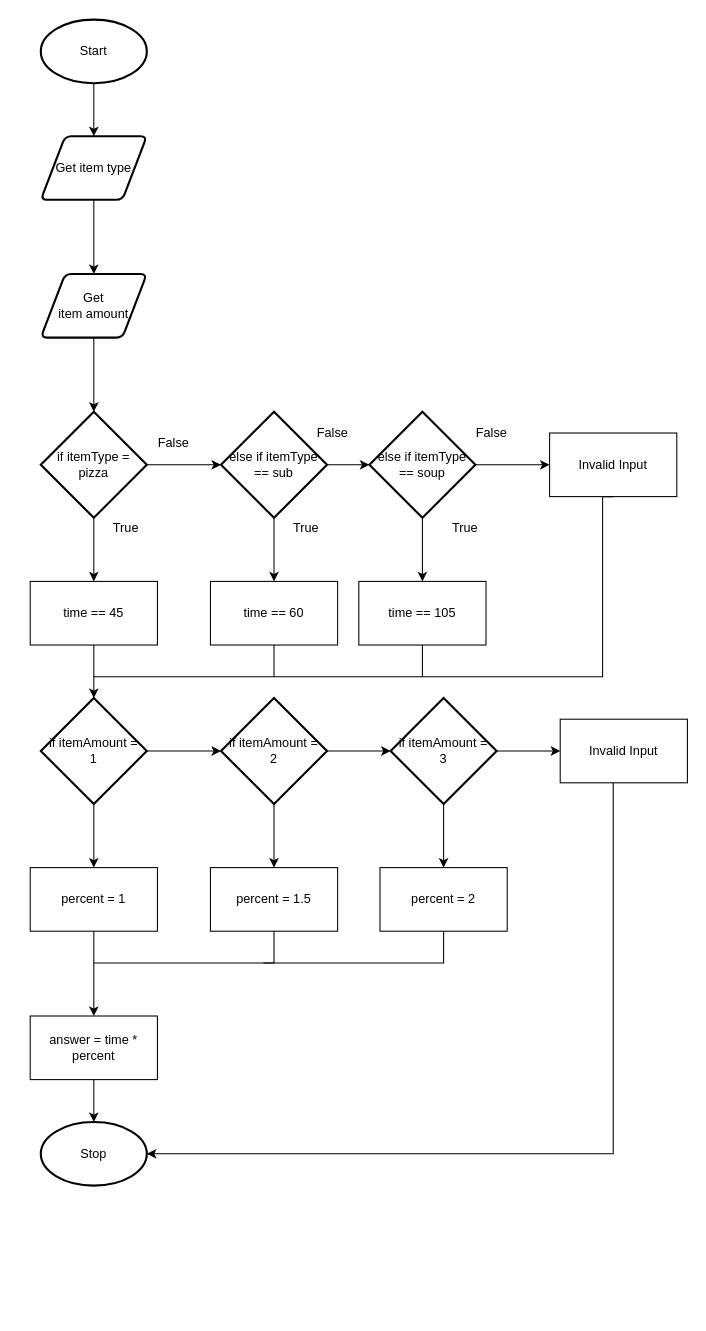
This is flowchart_folder/flowchart.drawio from Huzaifa-Khalid-2/ics4u-unit1-03-typescript, a draw.io file, before an edit. Source tidied: cells renumbered, new cells numbered last; positions are measured from the earlier drawing's top-left corner, leaving out a move shared by most shapes. Both pictures are drawn from the tidied source at 106%, with x=0, y=0 at pixel (30, 19).
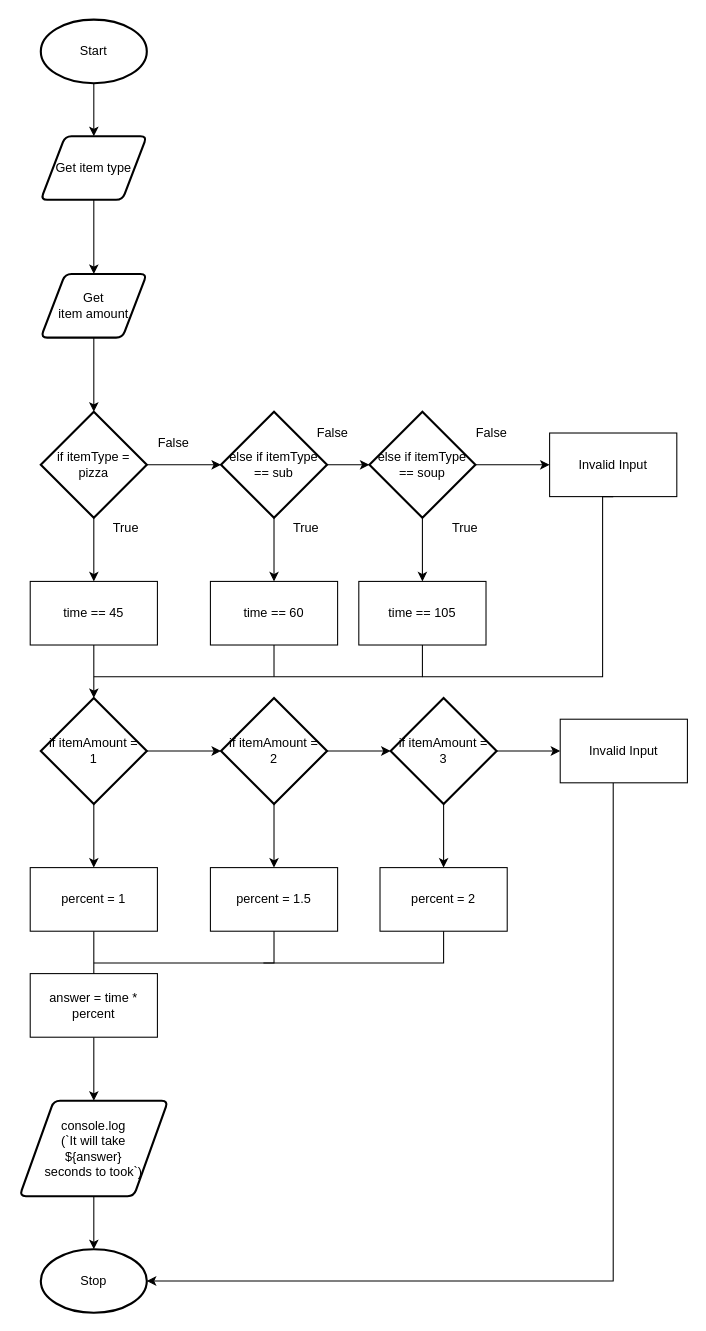
Above is the later version.

The edit, as a diff of the source:
```diff
@@
-    <mxCell id="42" style="edgeStyle=elbowEdgeStyle;rounded=0;html=1;entryX=0.5;entryY=0;entryDx=0;entryDy=0;entryPerimeter=0;" parent="1" edge="1" source="43" target="44">
+    <mxCell id="42" style="edgeStyle=elbowEdgeStyle;rounded=0;html=1;entryX=0.5;entryY=0;entryDx=0;entryDy=0;" parent="1" edge="1" source="43" target="52">
       <mxGeometry relative="1" as="geometry" />
     </mxCell>
     <mxCell id="43" value="answer = time * percent" style="rounded=0;whiteSpace=wrap;html=1;" parent="1" vertex="1">
-      <mxGeometry y="940" width="120" height="60" as="geometry" />
+      <mxGeometry y="900" width="120" height="60" as="geometry" />
     </mxCell>
     <mxCell id="44" value="Stop" style="strokeWidth=2;html=1;shape=mxgraph.flowchart.start_1;whiteSpace=wrap;" parent="1" vertex="1">
-      <mxGeometry x="10" y="1040" width="100" height="60" as="geometry" />
+      <mxGeometry x="10" y="1160" width="100" height="60" as="geometry" />
     </mxCell>
@@
+    <mxCell id="51" style="edgeStyle=none;html=1;entryX=0.5;entryY=0;entryDx=0;entryDy=0;entryPerimeter=0;" parent="1" edge="1" source="52" target="44">
+      <mxGeometry relative="1" as="geometry" />
+    </mxCell>
+    <mxCell id="52" value="console.log&lt;br&gt;(`It will take &lt;br&gt;${answer} &lt;br&gt;seconds to took`)" style="shape=parallelogram;html=1;strokeWidth=2;perimeter=parallelogramPerimeter;whiteSpace=wrap;rounded=1;arcSize=12;size=0.23;" parent="1" vertex="1">
+      <mxGeometry x="-10" y="1020" width="140" height="90" as="geometry" />
+    </mxCell>
```
